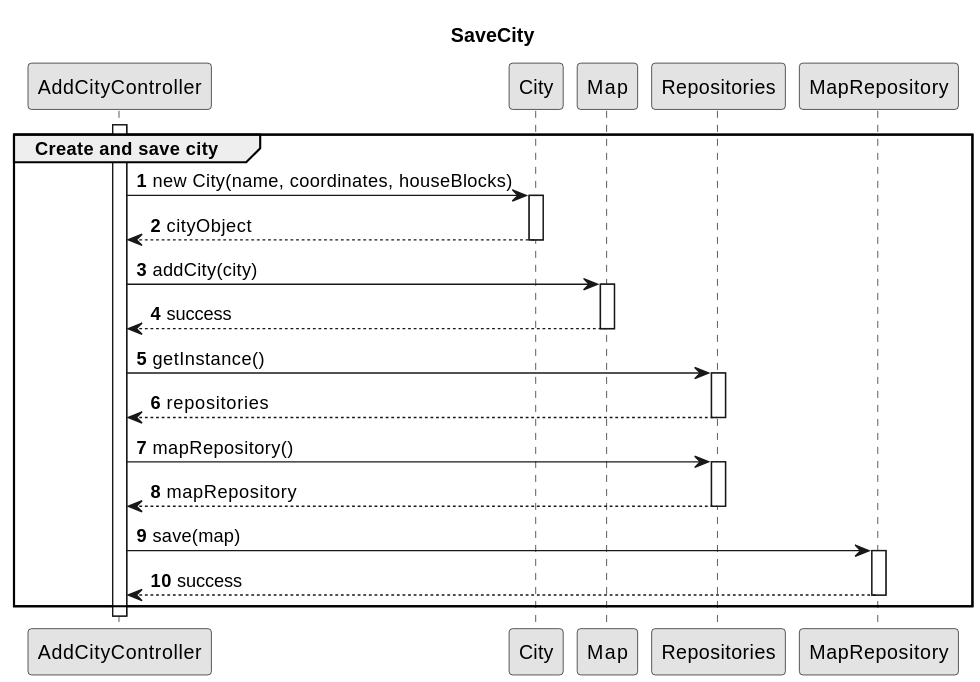
HenriqueSilva18/Railway-Network-Simulator keeps this PlantUML diagram as docs/system-documentation/Sprint 2/US03/03.design/svg/US03-SD-save-city.svg. Above is the earlier version.
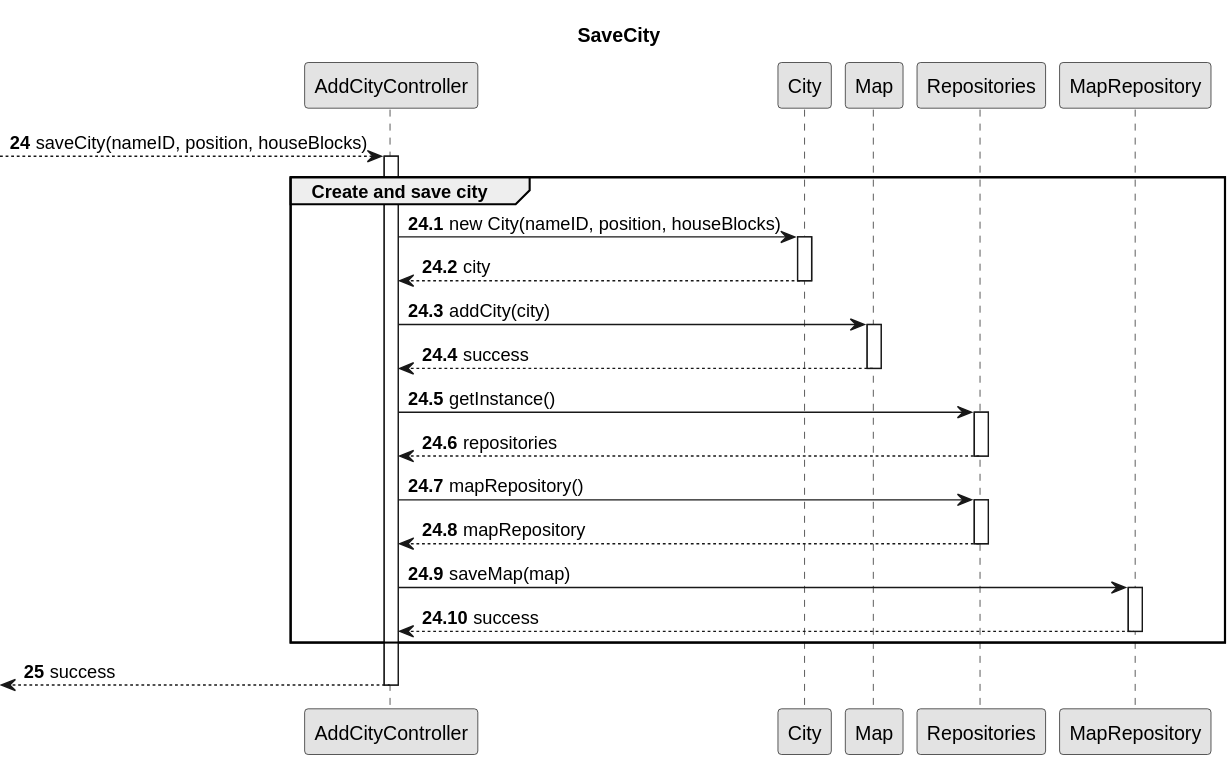
Later version of the same file.

Change to the diagram source:
```diff
@@ -11,14 +11,17 @@
 participant Map
 participant Repositories
 participant MapRepository
+autonumber 24
+--> AddCityController:  saveCity(nameID, position, houseBlocks)
 
 group Create and save city
+        autonumber 24.1
 
 activate AddCityController
 
-    AddCityController -> City : new City(name, coordinates, houseBlocks)
+    AddCityController -> City : new City(nameID, position, houseBlocks)
     activate City
-    City --> AddCityController : cityObject
+    City --> AddCityController : city
     deactivate City
 
     AddCityController -> Map : addCity(city)
@@ -36,11 +39,14 @@
     Repositories --> AddCityController : mapRepository
     deactivate Repositories
 
-    AddCityController -> MapRepository : save(map)
+    AddCityController -> MapRepository : saveMap(map)
     activate MapRepository
     MapRepository --> AddCityController : success
     deactivate MapRepository
 
 end group
+        autonumber 25
+
+<-- AddCityController : success
 deactivate AddCityController
 @enduml
```
